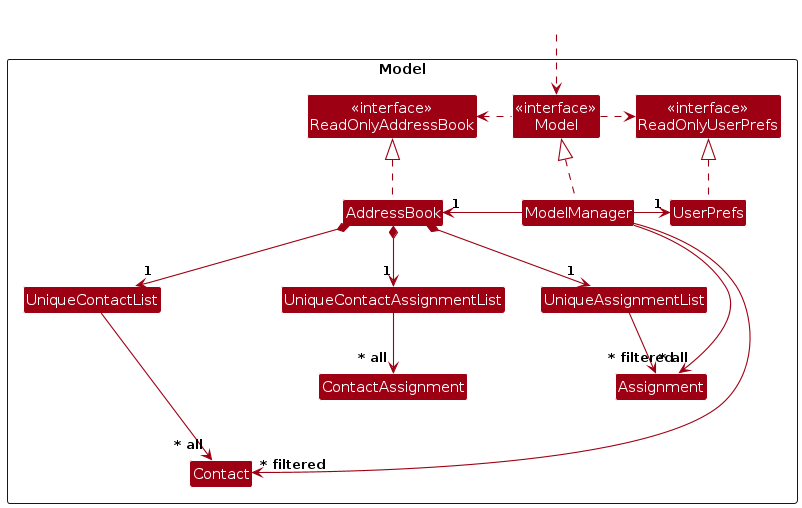
AY2526S2-CS2103T-T10-1/tp keeps this PlantUML diagram as diagrams/ModelClassDiagram.png. Above is the earlier version. Its source is kept beside it as diagrams/ModelClassDiagram.puml.
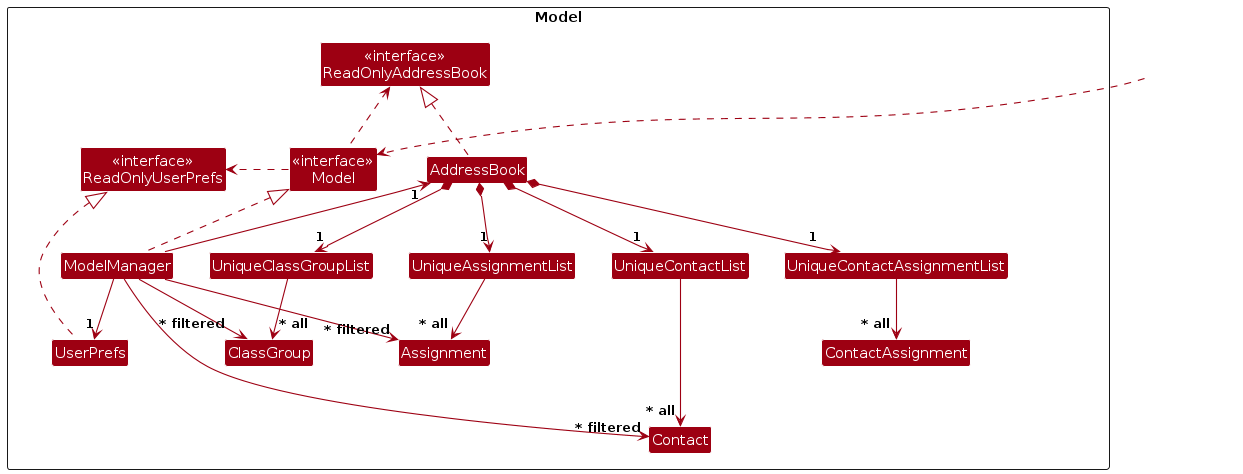
The same file after the commit.

What changed in the source:
```diff
@@ -18,6 +18,8 @@
 Class Assignment
 Class UniqueContactAssignmentList
 Class ContactAssignment
+Class UniqueClassGroupList
+Class ClassGroup
 
 Class I #FFFFFF
 }
@@ -31,20 +33,24 @@
 Model .right.> ReadOnlyUserPrefs
 Model .left.> ReadOnlyAddressBook
 ModelManager -left-> "1" AddressBook
-ModelManager -right-> "1" UserPrefs
+ModelManager --> "1" UserPrefs
 UserPrefs .up.|> ReadOnlyUserPrefs
 
 AddressBook *-down-> "1" UniqueContactList
-AddressBook *--> "1" UniqueAssignmentList
-AddressBook *--> "1" UniqueContactAssignmentList
+AddressBook *-down-> "1" UniqueAssignmentList
+AddressBook *-down-> "1" UniqueContactAssignmentList
+AddressBook *-down-> "1" UniqueClassGroupList
+
 UniqueContactList -down-> "~* all" Contact
 UniqueAssignmentList --> "~* all" Assignment
 UniqueContactAssignmentList --> "~* all" ContactAssignment
+UniqueClassGroupList --> "~* all" ClassGroup
 
 Contact -[hidden]up--> I
 UniqueContactList -[hidden]right-> I
 
 ModelManager --> "~* filtered" Contact
-ModelManager --> "~* filtered" Assignment
+ModelManager -down-> "~* filtered" Assignment
+ModelManager -down-> "~* filtered" ClassGroup
 
 @enduml
```
